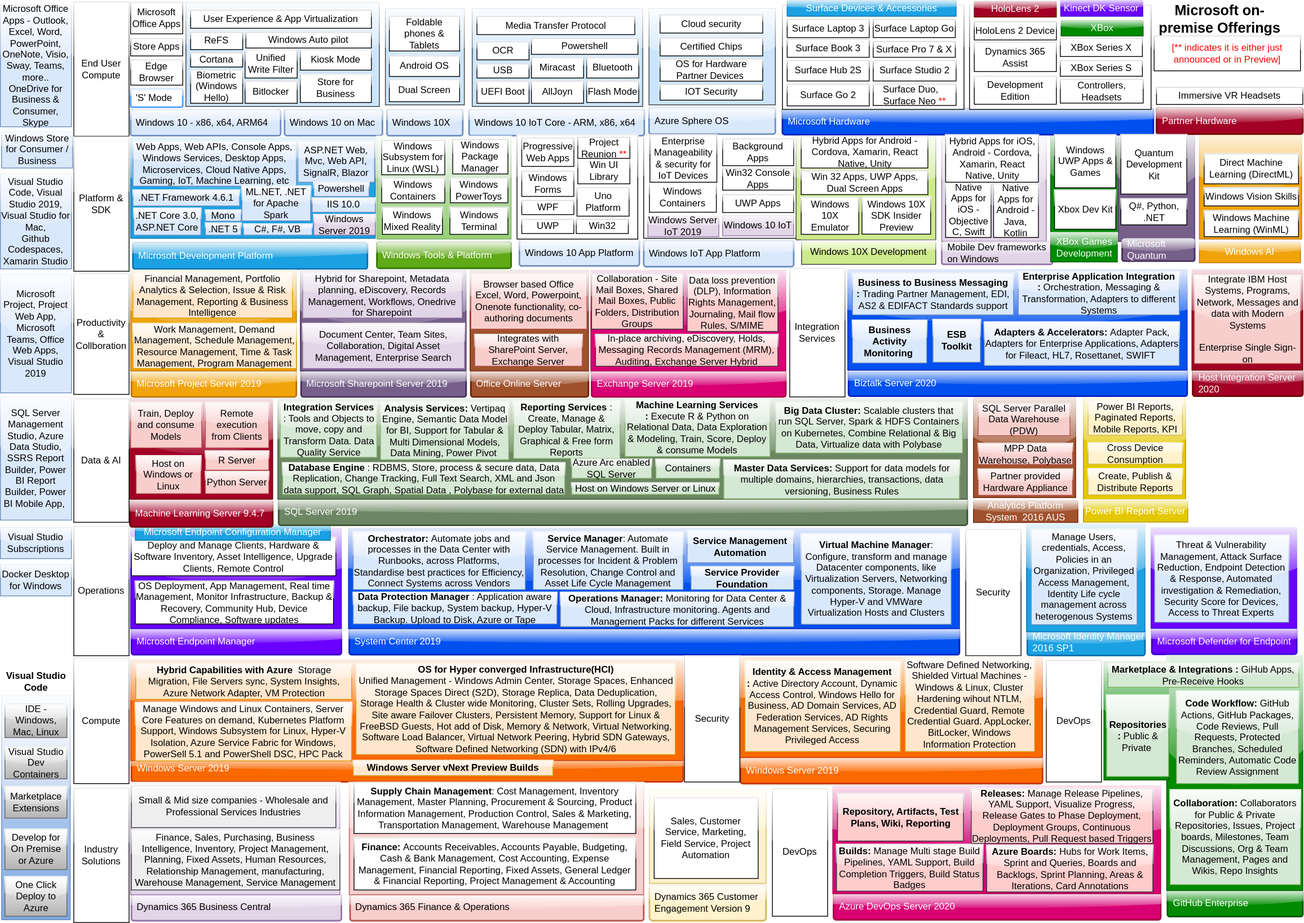
Before: MicrosoftOfferings.svg, a diagram exported from draw.io (ssrikantan/Microsoft-Product-Offerings). Source tidied: cells renumbered, new cells last; positions are measured from the earlier drawing's top-left corner, leaving out a move shared by most shapes.
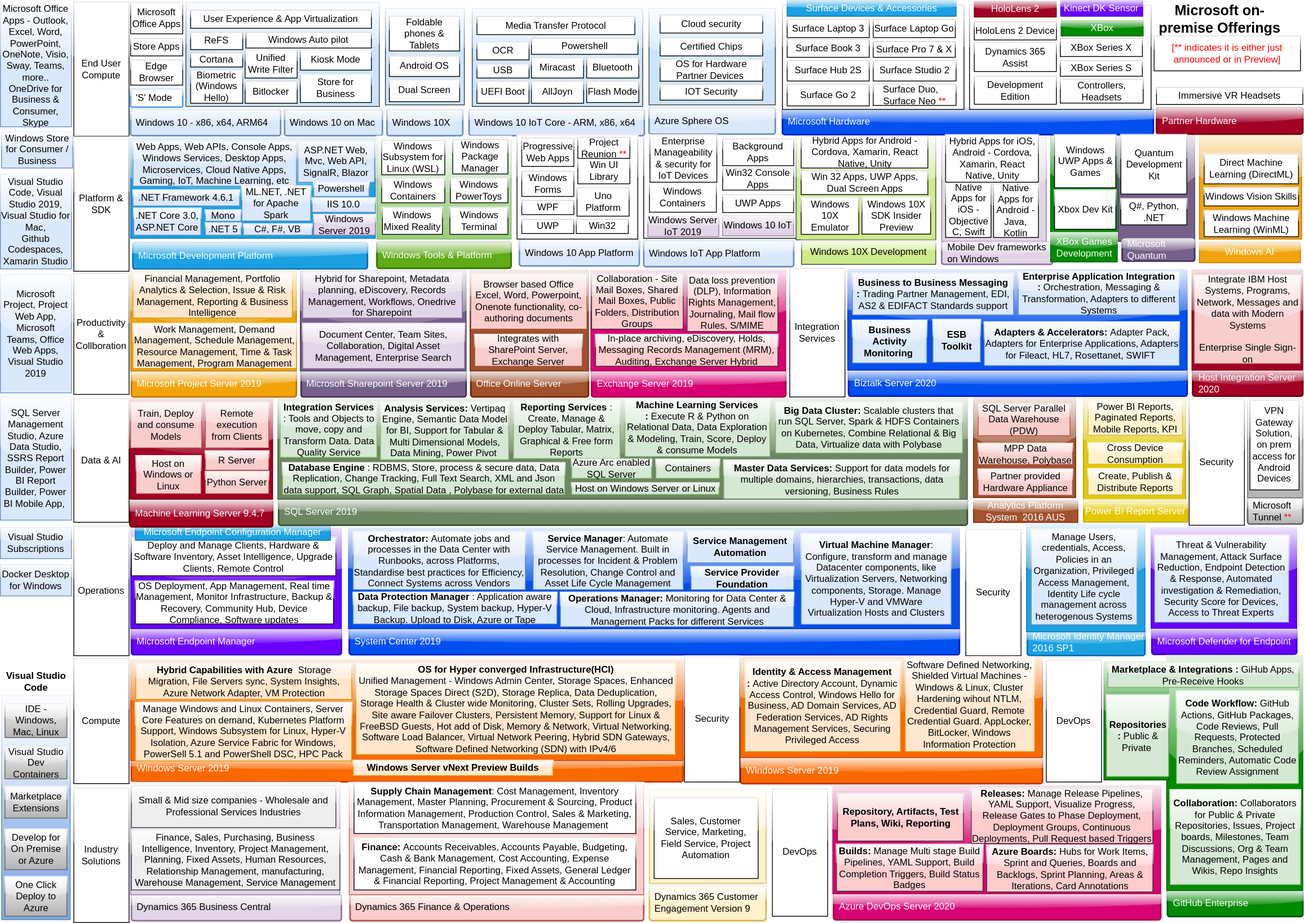
The same file after the commit.

The edit, as a diff of the source:
```diff
@@ -788,5 +788,17 @@
     <mxCell id="263" value="&lt;font color=&quot;#ff0000&quot;&gt;[** indicates it is either just announced or in Preview]&lt;/font&gt;" style="rounded=0;whiteSpace=wrap;html=1;glass=1;" parent="1" vertex="1">
       <mxGeometry x="1461.6" y="45" width="185.4" height="44.1" as="geometry" />
     </mxCell>
+    <mxCell id="264" value="Security" style="rounded=0;whiteSpace=wrap;html=1;glass=1;" parent="1" vertex="1">
+      <mxGeometry x="1506" y="504.8" width="70" height="160" as="geometry" />
+    </mxCell>
+    <mxCell id="265" value="Microsoft Tunnel &lt;font color=&quot;#ff0000&quot;&gt;**&lt;/font&gt;" style="rounded=1;arcSize=9;align=left;spacingLeft=5;strokeColor=#666666;html=1;strokeWidth=2;fontSize=12;glass=1;fillColor=#f5f5f5;whiteSpace=wrap;gradientColor=#b3b3b3;" parent="1" vertex="1">
+      <mxGeometry x="1580" y="630" width="70" height="33.2" as="geometry" />
+    </mxCell>
+    <mxCell id="266" style="rounded=0;whiteSpace=wrap;html=1;glass=1;fillColor=#f5f5f5;strokeColor=#666666;gradientColor=#b3b3b3;" parent="1" vertex="1">
+      <mxGeometry x="1580" y="504.8" width="70" height="125.2" as="geometry" />
+    </mxCell>
+    <mxCell id="267" value="VPN Gateway Solution, on prem access for Android Devices" style="rounded=0;whiteSpace=wrap;html=1;glass=1;" parent="1" vertex="1">
+      <mxGeometry x="1583" y="506.5" width="62.2" height="113.5" as="geometry" />
+    </mxCell>
   </root>
 </mxGraphModel>
```
